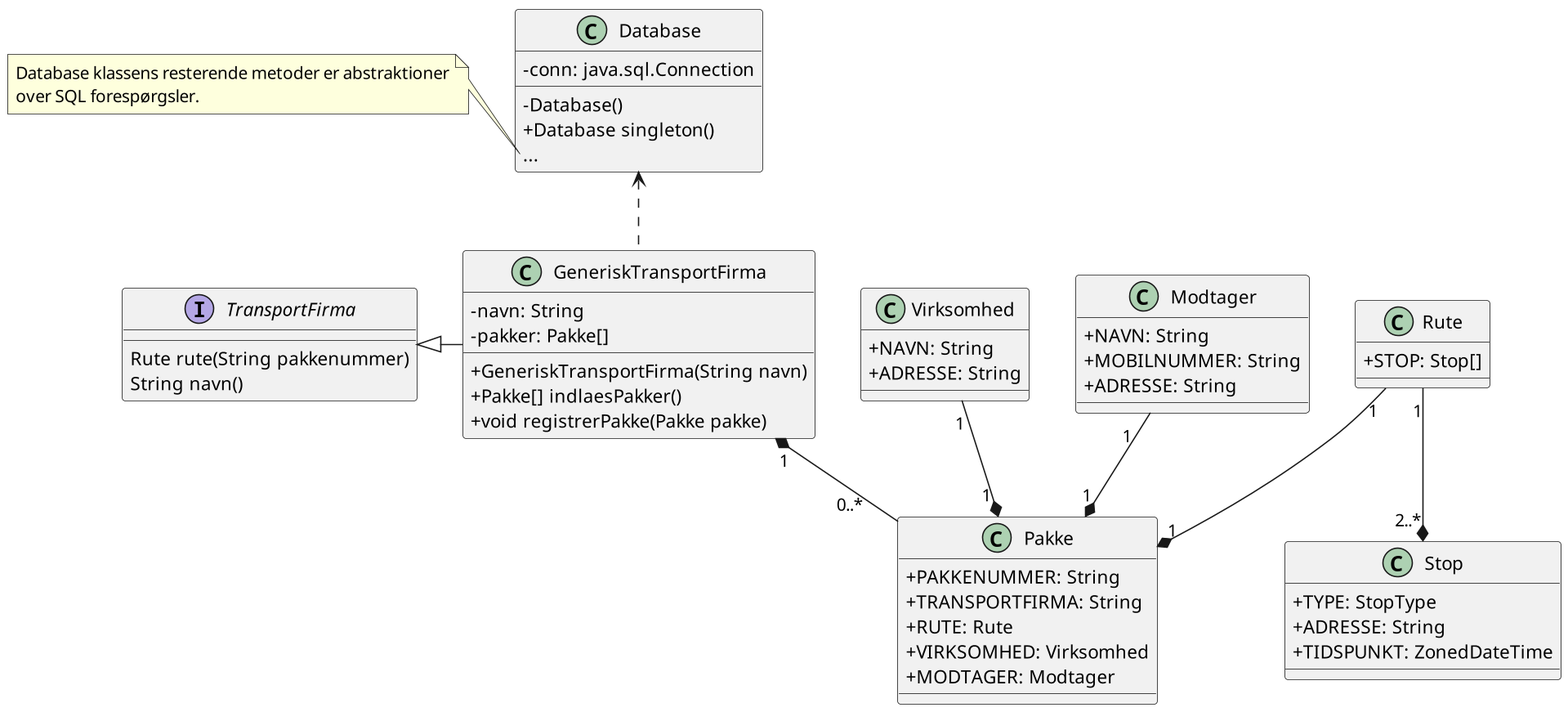
This is diagram/class-diagram.png from sofush/trace, a PlantUML export, as it was before one commit.
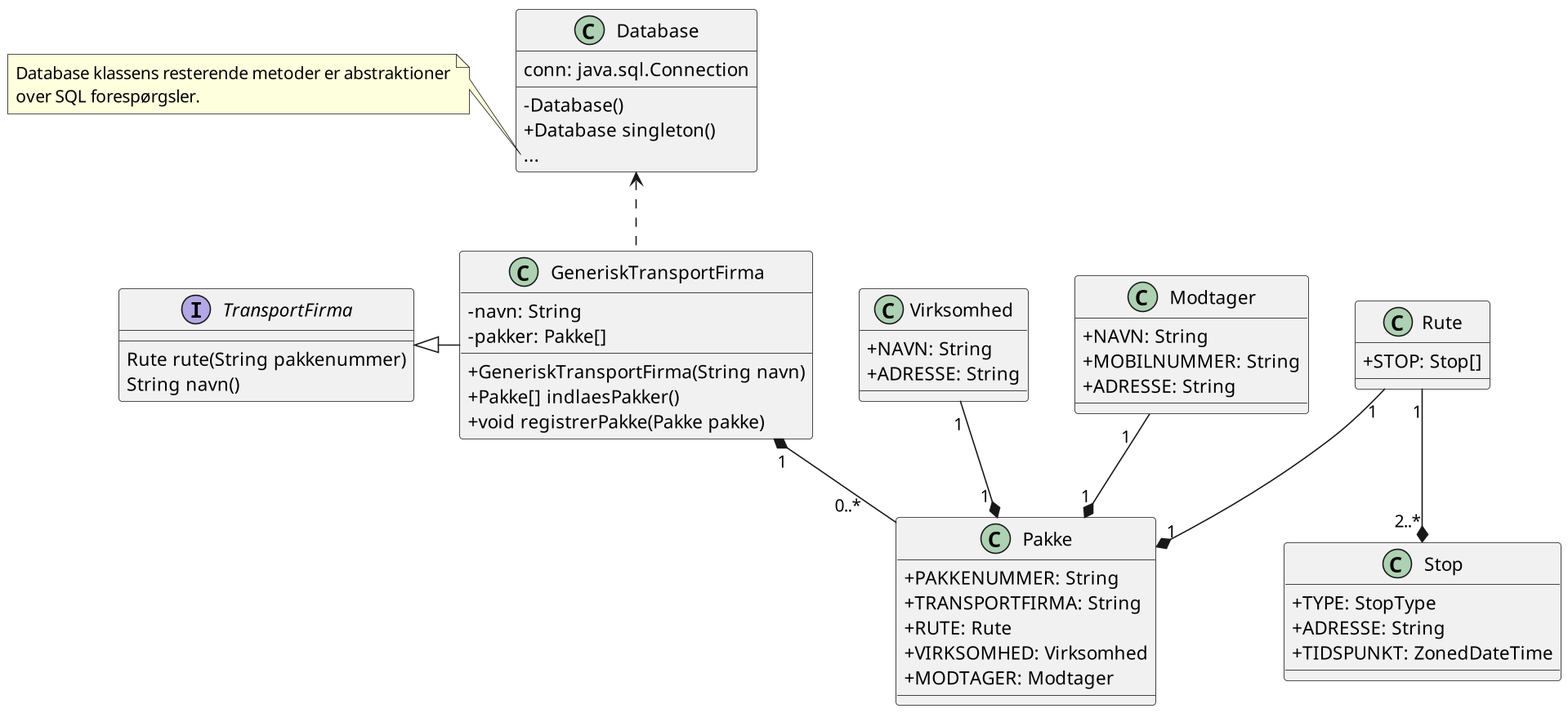
Above is the later version.

Commit message:
feat: opdater klasse diagrammet

Diff of the diagram source:
```diff
@@ -35,7 +35,7 @@
 Virksomhed "1" --* "1 " Pakke
 Modtager "1   " --* "1" Pakke
 class Database {
-	{field} - conn: java.sql.Connection
+	{field} conn: java.sql.Connection
 	- Database()
 	+ Database singleton()
 	{method} ...
```
